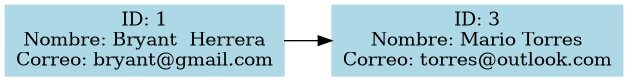
Earlier version of the Graphviz export usuarios.png (bryanthr6/-EDD-1S2025_201701010). Its source is kept beside it as usuarios.dot. Its diagram source:
```dot
digraph G {
    rankdir=LR;
  node [shape=box, style=filled, color=lightblue];
"1" [label="ID: 1\nNombre: Bryant  Herrera\nCorreo: bryant@gmail.com"]
"1" -> "3";
"3" [label="ID: 3\nNombre: Mario Torres\nCorreo: torres@outlook.com"]
}
```
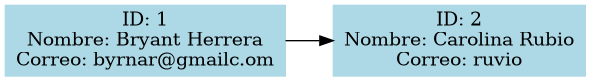
After the change.

Diff of the diagram source:
```diff
@@ -1,7 +1,7 @@
 digraph G {
     rankdir=LR;
   node [shape=box, style=filled, color=lightblue];
-"1" [label="ID: 1\nNombre: Bryant  Herrera\nCorreo: bryant@gmail.com"]
-"1" -> "3";
-"3" [label="ID: 3\nNombre: Mario Torres\nCorreo: torres@outlook.com"]
+"1" [label="ID: 1\nNombre: Bryant Herrera\nCorreo: byrnar@gmailc.om"]
+"1" -> "2";
+"2" [label="ID: 2\nNombre: Carolina Rubio\nCorreo: ruvio"]
 }
```
